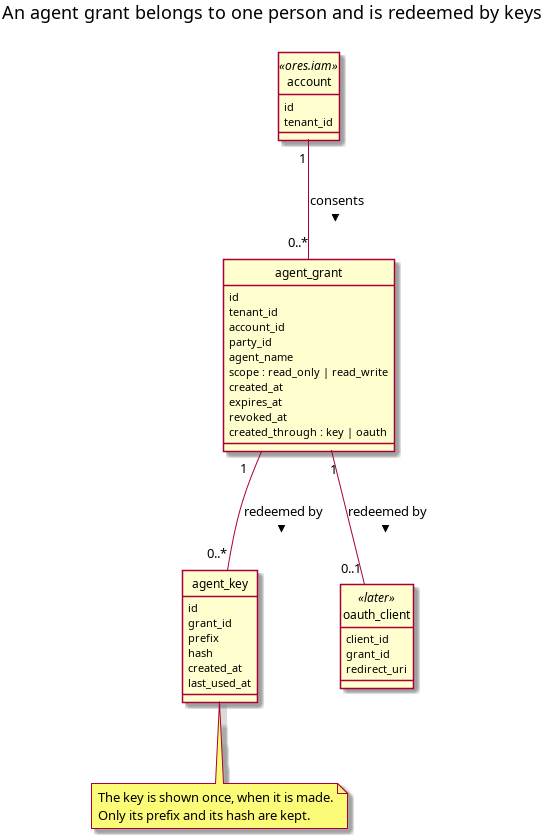
The PlantUML diagram doc/knowledge/agents/agent_grant_classes.png in OreStudio/OreStudio, before a commit. Its source is kept beside it as doc/knowledge/agents/agent_grant_classes.puml.
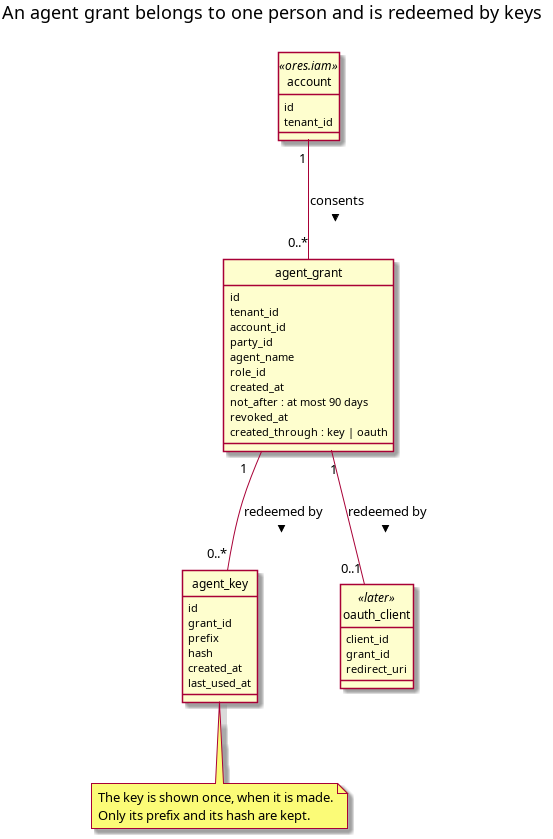
The same file after the commit.

Diff of the diagram source:
```diff
@@ -16,9 +16,9 @@
   account_id
   party_id
   agent_name
-  scope : read_only | read_write
+  role_id
   created_at
-  expires_at
+  not_after : at most 90 days
   revoked_at
   created_through : key | oauth
 }
```
